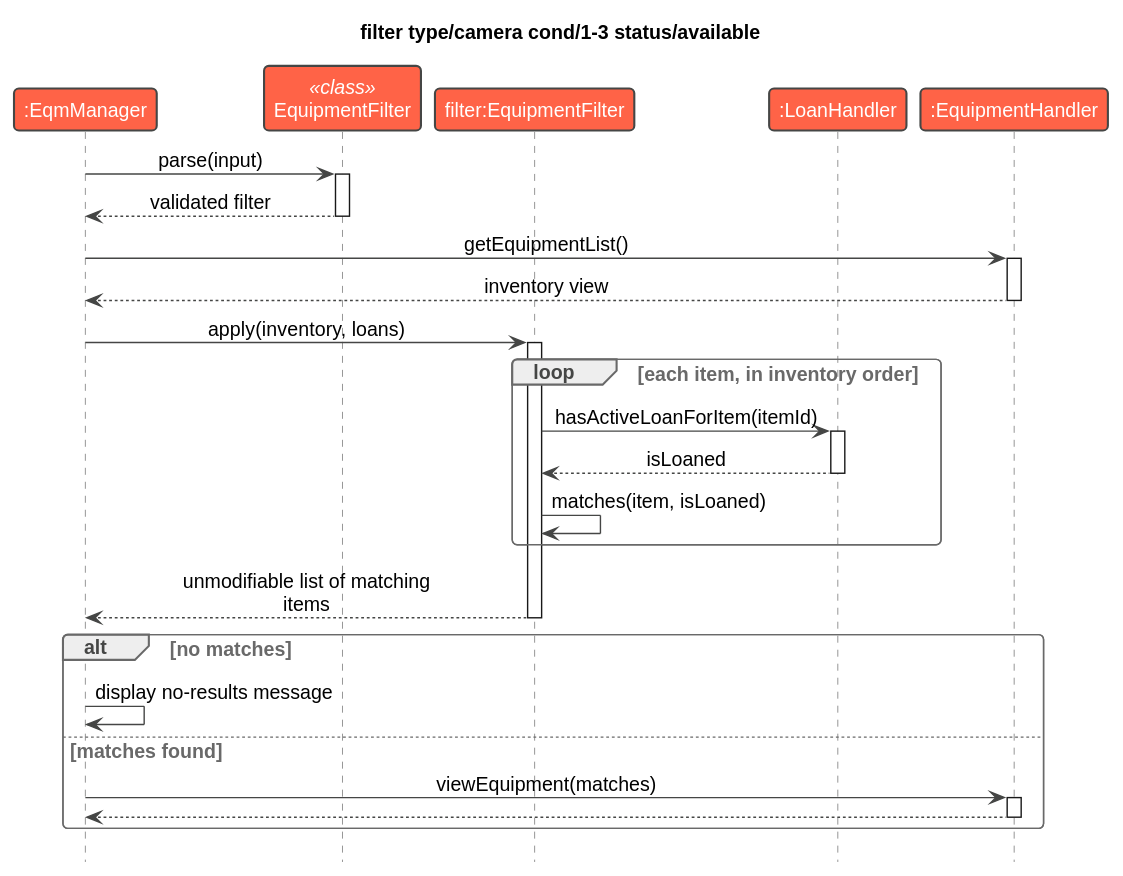
AY2627S1-CS2113-W13-1/tp keeps this PlantUML diagram as docs/images/EquipmentFilterSequence.svg. Above is the earlier version.
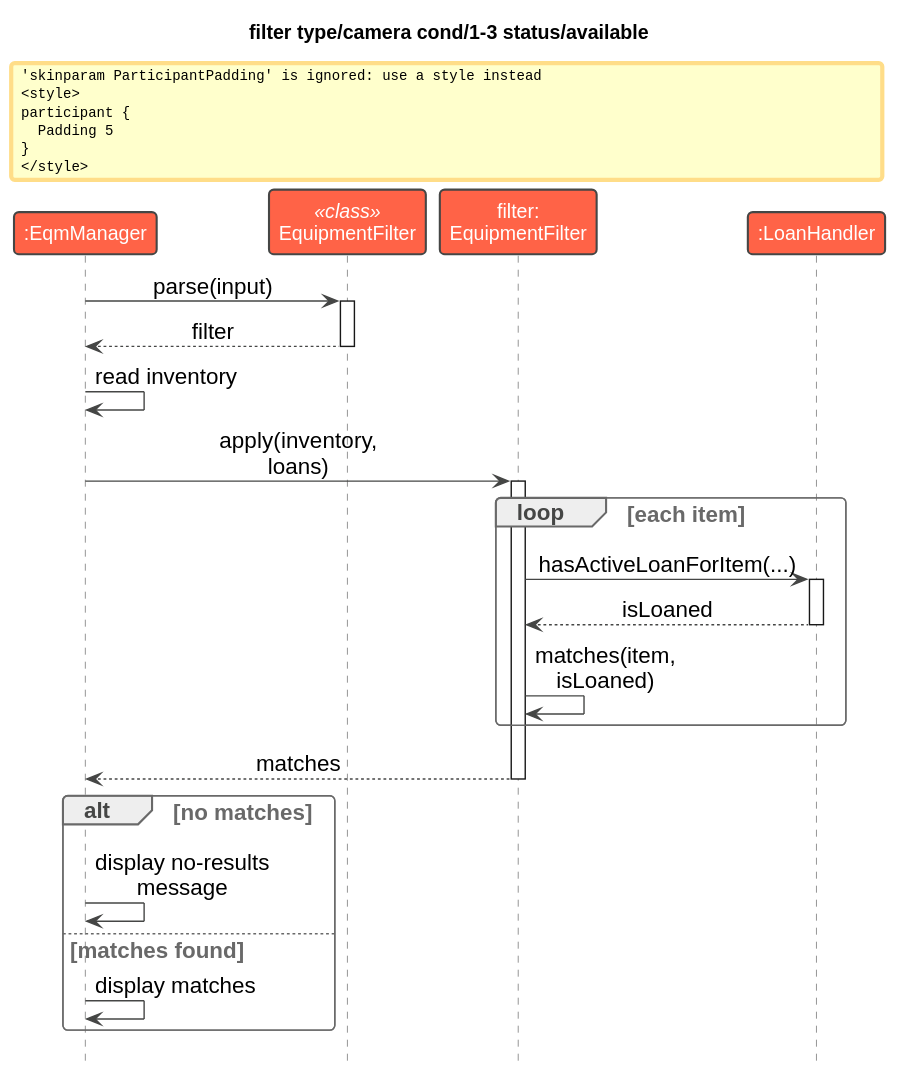
After the change.

Diff of the diagram source:
```diff
@@ -2,41 +2,37 @@
 !include style.puml
 hide footbox
 skinparam sequenceMessageAlign center
-skinparam maxMessageSize 200
+skinparam maxMessageSize 150
+skinparam defaultFontSize 16
+skinparam participantFontSize 14
+skinparam ParticipantPadding 5
 
 title filter type/camera cond/1-3 status/available
 
 participant ":EqmManager" as Manager
 participant "EquipmentFilter" as Parsing <<class>>
-participant "filter:EquipmentFilter" as Filter
+participant "filter:\nEquipmentFilter" as Filter
 participant ":LoanHandler" as Loans
-participant ":EquipmentHandler" as Inventory
 
 Manager -> Parsing : parse(input)
 activate Parsing
-Parsing --> Manager : validated filter
+Parsing --> Manager : filter
 deactivate Parsing
-Manager -> Inventory : getEquipmentList()
-activate Inventory
-Inventory --> Manager : inventory view
-deactivate Inventory
+Manager -> Manager : read inventory
 Manager -> Filter : apply(inventory, loans)
 activate Filter
-loop each item, in inventory order
-    Filter -> Loans : hasActiveLoanForItem(itemId)
+loop each item
+    Filter -> Loans : hasActiveLoanForItem(...)
     activate Loans
     Loans --> Filter : isLoaned
     deactivate Loans
     Filter -> Filter : matches(item, isLoaned)
 end
-Filter --> Manager : unmodifiable list of matching items
+Filter --> Manager : matches
 deactivate Filter
 alt no matches
     Manager -> Manager : display no-results message
 else matches found
-    Manager -> Inventory : viewEquipment(matches)
-    activate Inventory
-    Inventory --> Manager
-    deactivate Inventory
+    Manager -> Manager : display matches
 end
 @enduml
```
